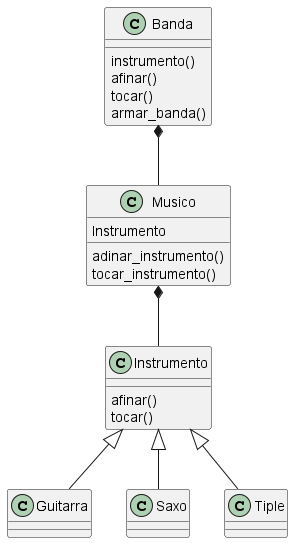
Above: out/clases/clases.png in JuanAvilaAlvarez/BANDA_MUSICAL (PlantUML), before the change. The source it was exported from:
```plantuml
@startuml

Instrumento <|-- Guitarra
Instrumento <|-- Saxo
Instrumento <|-- Tiple

Musico *-- Instrumento
Banda *-- Musico

Instrumento : afinar()
Instrumento : tocar()

Musico : Instrumento
Musico : adinar_instrumento()
Musico : tocar_instrumento()

Banda : instrumento()
Banda : afinar()
Banda : tocar()
Banda : armar_banda()

@enduml
```
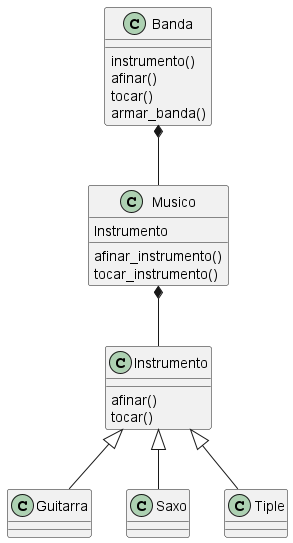
The same diagram one commit later.

Commit message:
UML arreglo

What changed in the source:
```diff
@@ -11,7 +11,7 @@
 Instrumento : tocar()
 
 Musico : Instrumento
-Musico : adinar_instrumento()
+Musico : afinar_instrumento()
 Musico : tocar_instrumento()
 
 Banda : instrumento()
```
